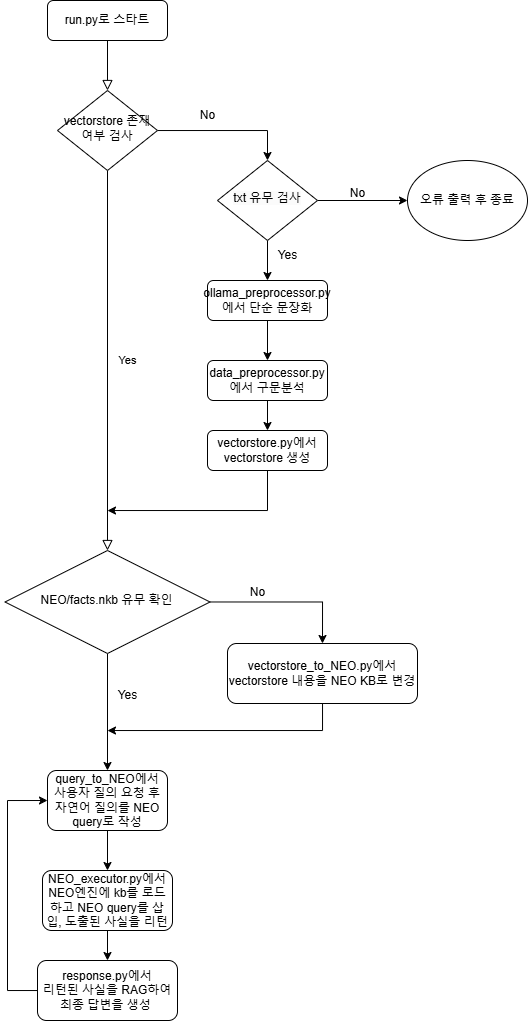
Before: flowchart/flowchart.drawio.png, a diagram exported from draw.io (NangManCatDev/KnowOrNot). Source tidied: cells renumbered, new cells last; positions are measured from the earlier drawing's top-left corner, leaving out a move shared by most shapes. Source of this version:
```xml
<mxGraphModel>
  <root>
    <mxCell id="0" />
    <mxCell id="1" parent="0" />
    <mxCell id="2" style="rounded=0;html=1;jettySize=auto;fontSize=11;endArrow=block;endFill=0;endSize=8;strokeWidth=1;shadow=0;labelBackgroundColor=none;edgeStyle=orthogonalEdgeStyle;" parent="1" edge="1" source="3" target="6">
      <mxGeometry relative="1" as="geometry" />
    </mxCell>
    <mxCell id="3" value="run.py로 스타트" style="rounded=1;whiteSpace=wrap;html=1;fontSize=12;glass=0;strokeWidth=1;shadow=0;" parent="1" vertex="1">
      <mxGeometry x="42" width="120" height="40" as="geometry" />
    </mxCell>
    <mxCell id="4" value="Yes" style="rounded=0;html=1;jettySize=auto;fontSize=11;endArrow=block;endFill=0;endSize=8;strokeWidth=1;shadow=0;labelBackgroundColor=none;edgeStyle=orthogonalEdgeStyle;" parent="1" edge="1" source="6" target="11">
      <mxGeometry y="20" relative="1" as="geometry" />
    </mxCell>
    <mxCell id="5" style="edgeStyle=orthogonalEdgeStyle;rounded=0;jettySize=auto;html=1;entryX=0.5;entryY=0;entryDx=0;entryDy=0;" parent="1" edge="1" source="6" target="15">
      <mxGeometry relative="1" as="geometry" />
    </mxCell>
    <mxCell id="6" value="vectorstore 존재 여부 검사" style="rhombus;whiteSpace=wrap;html=1;shadow=0;fontFamily=Helvetica;fontSize=12;align=center;strokeWidth=1;spacing=6;spacingTop=-4;" parent="1" vertex="1">
      <mxGeometry x="52" y="90" width="100" height="80" as="geometry" />
    </mxCell>
    <mxCell id="7" style="edgeStyle=orthogonalEdgeStyle;rounded=0;jettySize=auto;html=1;" parent="1" edge="1" source="8" target="19">
      <mxGeometry relative="1" as="geometry" />
    </mxCell>
    <mxCell id="8" value="ollama_preprocessor.py에서 단순 문장화" style="rounded=1;whiteSpace=wrap;html=1;fontSize=12;glass=0;strokeWidth=1;shadow=0;" parent="1" vertex="1">
      <mxGeometry x="202" y="280" width="120" height="40" as="geometry" />
    </mxCell>
    <mxCell id="9" style="edgeStyle=orthogonalEdgeStyle;rounded=0;jettySize=auto;html=1;" parent="1" edge="1" source="11" target="23">
      <mxGeometry relative="1" as="geometry" />
    </mxCell>
    <mxCell id="10" style="edgeStyle=orthogonalEdgeStyle;rounded=0;jettySize=auto;html=1;entryX=0.5;entryY=0;entryDx=0;entryDy=0;" parent="1" edge="1" source="11" target="30">
      <mxGeometry relative="1" as="geometry" />
    </mxCell>
    <mxCell id="11" value="NEO/facts.nkb 유무 확인" style="rhombus;whiteSpace=wrap;html=1;shadow=0;fontFamily=Helvetica;fontSize=12;align=center;strokeWidth=1;spacing=6;spacingTop=-4;" parent="1" vertex="1">
      <mxGeometry x="-0.5" y="550" width="205" height="103" as="geometry" />
    </mxCell>
    <mxCell id="12" style="edgeStyle=orthogonalEdgeStyle;rounded=0;jettySize=auto;html=1;exitX=1;exitY=0.5;exitDx=0;exitDy=0;" parent="1" edge="1" source="15" target="13">
      <mxGeometry relative="1" as="geometry" />
    </mxCell>
    <mxCell id="13" value="오류 출력 후 종료" style="ellipse;whiteSpace=wrap;html=1;" parent="1" vertex="1">
      <mxGeometry x="402" y="160" width="120" height="80" as="geometry" />
    </mxCell>
    <mxCell id="14" style="edgeStyle=orthogonalEdgeStyle;rounded=0;jettySize=auto;html=1;" parent="1" edge="1" source="15" target="8">
      <mxGeometry relative="1" as="geometry" />
    </mxCell>
    <mxCell id="15" value="&lt;span style=&quot;color: rgb(0, 0, 0); font-family: Helvetica; font-size: 12px; font-style: normal; font-variant-ligatures: normal; font-variant-caps: normal; font-weight: 400; letter-spacing: normal; orphans: 2; text-align: center; text-indent: 0px; text-transform: none; widows: 2; word-spacing: 0px; -webkit-text-stroke-width: 0px; white-space: normal; background-color: rgb(251, 251, 251); text-decoration-thickness: initial; text-decoration-style: initial; text-decoration-color: initial; display: inline !important; float: none;&quot;&gt;txt 유무 검사&lt;/span&gt;" style="rhombus;whiteSpace=wrap;html=1;shadow=0;fontFamily=Helvetica;fontSize=12;align=center;strokeWidth=1;spacing=6;spacingTop=-4;" parent="1" vertex="1">
      <mxGeometry x="212" y="160" width="100" height="80" as="geometry" />
    </mxCell>
    <mxCell id="16" value="No" style="text;html=1;align=center;verticalAlign=middle;strokeColor=none;fillColor=none;" parent="1" vertex="1">
      <mxGeometry x="332" y="178" width="40" height="30" as="geometry" />
    </mxCell>
    <mxCell id="17" value="Yes" style="text;html=1;align=center;verticalAlign=middle;strokeColor=none;fillColor=none;" parent="1" vertex="1">
      <mxGeometry x="262" y="240" width="40" height="30" as="geometry" />
    </mxCell>
    <mxCell id="18" style="edgeStyle=orthogonalEdgeStyle;rounded=0;jettySize=auto;html=1;" parent="1" edge="1" source="19" target="21">
      <mxGeometry relative="1" as="geometry" />
    </mxCell>
    <mxCell id="19" value="data_preprocessor.py에서 구문분석" style="rounded=1;whiteSpace=wrap;html=1;fontSize=12;glass=0;strokeWidth=1;shadow=0;" parent="1" vertex="1">
      <mxGeometry x="202" y="360" width="120" height="40" as="geometry" />
    </mxCell>
    <mxCell id="20" style="edgeStyle=orthogonalEdgeStyle;rounded=0;jettySize=auto;html=1;" parent="1" edge="1" source="21">
      <mxGeometry relative="1" as="geometry">
        <mxPoint x="102" y="510" as="targetPoint" />
        <Array as="points">
          <mxPoint x="262" y="510" />
          <mxPoint x="102" y="510" />
        </Array>
      </mxGeometry>
    </mxCell>
    <mxCell id="21" value="vectorstore.py에서 vectorstore 생성" style="rounded=1;whiteSpace=wrap;html=1;fontSize=12;glass=0;strokeWidth=1;shadow=0;" parent="1" vertex="1">
      <mxGeometry x="202" y="430" width="120" height="40" as="geometry" />
    </mxCell>
    <mxCell id="22" style="edgeStyle=orthogonalEdgeStyle;rounded=0;jettySize=auto;html=1;" parent="1" edge="1" source="23" target="25">
      <mxGeometry relative="1" as="geometry" />
    </mxCell>
    <mxCell id="23" value="query_to_NEO에서 사용자 질의 요청 후 자연어 질의를 NEO query로 작성" style="rounded=1;whiteSpace=wrap;html=1;" parent="1" vertex="1">
      <mxGeometry x="42" y="770" width="120" height="60" as="geometry" />
    </mxCell>
    <mxCell id="24" style="edgeStyle=orthogonalEdgeStyle;rounded=0;jettySize=auto;html=1;" parent="1" edge="1" source="25" target="27">
      <mxGeometry relative="1" as="geometry" />
    </mxCell>
    <mxCell id="25" value="NEO_executor.py에서&lt;div&gt;NEO엔진에 kb를 로드하고 NEO query를 삽입, 도출된 사실을 리턴&lt;/div&gt;" style="whiteSpace=wrap;html=1;rounded=1;" parent="1" vertex="1">
      <mxGeometry x="37" y="870" width="130" height="60" as="geometry" />
    </mxCell>
    <mxCell id="26" style="edgeStyle=orthogonalEdgeStyle;rounded=0;jettySize=auto;html=1;entryX=0;entryY=0.5;entryDx=0;entryDy=0;" parent="1" edge="1" source="27" target="23">
      <mxGeometry relative="1" as="geometry">
        <Array as="points">
          <mxPoint x="2" y="990" />
          <mxPoint x="2" y="800" />
        </Array>
      </mxGeometry>
    </mxCell>
    <mxCell id="27" value="response.py에서&lt;div&gt;리턴된 사실을 RAG하여&lt;/div&gt;&lt;div&gt;최종 답변을 생성&amp;nbsp;&lt;/div&gt;" style="whiteSpace=wrap;html=1;rounded=1;" parent="1" vertex="1">
      <mxGeometry x="32" y="960" width="140" height="60" as="geometry" />
    </mxCell>
    <mxCell id="28" value="No" style="text;html=1;align=center;verticalAlign=middle;strokeColor=none;fillColor=none;" parent="1" vertex="1">
      <mxGeometry x="182" y="100" width="40" height="30" as="geometry" />
    </mxCell>
    <mxCell id="29" style="edgeStyle=orthogonalEdgeStyle;rounded=0;jettySize=auto;html=1;" parent="1" edge="1" source="30">
      <mxGeometry relative="1" as="geometry">
        <mxPoint x="102" y="730" as="targetPoint" />
        <Array as="points">
          <mxPoint x="317" y="730" />
          <mxPoint x="102" y="730" />
        </Array>
      </mxGeometry>
    </mxCell>
    <mxCell id="30" value="vectorstore_to_NEO.py에서 vectorstore 내용을 NEO KB로 변경" style="rounded=1;whiteSpace=wrap;html=1;" parent="1" vertex="1">
      <mxGeometry x="222" y="643" width="190" height="60" as="geometry" />
    </mxCell>
    <mxCell id="31" value="Yes" style="text;html=1;align=center;verticalAlign=middle;strokeColor=none;fillColor=none;" parent="1" vertex="1">
      <mxGeometry x="102" y="680" width="40" height="30" as="geometry" />
    </mxCell>
    <mxCell id="32" value="No" style="text;html=1;align=center;verticalAlign=middle;strokeColor=none;fillColor=none;" parent="1" vertex="1">
      <mxGeometry x="232" y="576.5" width="40" height="30" as="geometry" />
    </mxCell>
  </root>
</mxGraphModel>
```
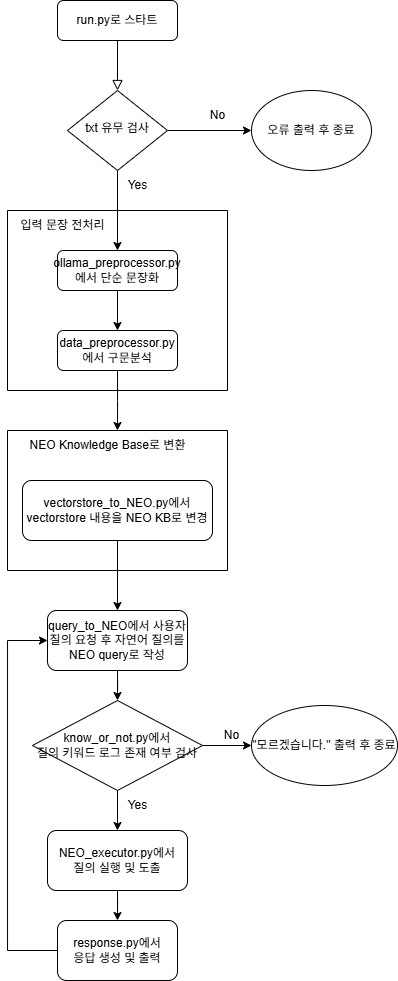
Above is the later version.

Diff of the diagram source:
```diff
@@ -2,115 +2,105 @@
   <root>
     <mxCell id="0" />
     <mxCell id="1" parent="0" />
-    <mxCell id="2" style="rounded=0;html=1;jettySize=auto;fontSize=11;endArrow=block;endFill=0;endSize=8;strokeWidth=1;shadow=0;labelBackgroundColor=none;edgeStyle=orthogonalEdgeStyle;" parent="1" edge="1" source="3" target="6">
+    <mxCell id="2" style="rounded=0;html=1;jettySize=auto;fontSize=11;endArrow=block;endFill=0;endSize=8;strokeWidth=1;shadow=0;labelBackgroundColor=none;edgeStyle=orthogonalEdgeStyle;entryX=0.5;entryY=0;entryDx=0;entryDy=0;" parent="1" edge="1" source="3" target="15">
       <mxGeometry relative="1" as="geometry" />
     </mxCell>
     <mxCell id="3" value="run.py로 스타트" style="rounded=1;whiteSpace=wrap;html=1;fontSize=12;glass=0;strokeWidth=1;shadow=0;" parent="1" vertex="1">
       <mxGeometry x="42" width="120" height="40" as="geometry" />
     </mxCell>
-    <mxCell id="4" value="Yes" style="rounded=0;html=1;jettySize=auto;fontSize=11;endArrow=block;endFill=0;endSize=8;strokeWidth=1;shadow=0;labelBackgroundColor=none;edgeStyle=orthogonalEdgeStyle;" parent="1" edge="1" source="6" target="11">
-      <mxGeometry y="20" relative="1" as="geometry" />
-    </mxCell>
-    <mxCell id="5" style="edgeStyle=orthogonalEdgeStyle;rounded=0;jettySize=auto;html=1;entryX=0.5;entryY=0;entryDx=0;entryDy=0;" parent="1" edge="1" source="6" target="15">
+    <mxCell id="5" style="edgeStyle=orthogonalEdgeStyle;rounded=0;jettySize=auto;html=1;exitX=1;exitY=0.5;exitDx=0;exitDy=0;entryX=0;entryY=0.5;entryDx=0;entryDy=0;" parent="1" edge="1" source="15" target="13">
       <mxGeometry relative="1" as="geometry" />
     </mxCell>
-    <mxCell id="6" value="vectorstore 존재 여부 검사" style="rhombus;whiteSpace=wrap;html=1;shadow=0;fontFamily=Helvetica;fontSize=12;align=center;strokeWidth=1;spacing=6;spacingTop=-4;" parent="1" vertex="1">
-      <mxGeometry x="52" y="90" width="100" height="80" as="geometry" />
-    </mxCell>
-    <mxCell id="7" style="edgeStyle=orthogonalEdgeStyle;rounded=0;jettySize=auto;html=1;" parent="1" edge="1" source="8" target="19">
-      <mxGeometry relative="1" as="geometry" />
-    </mxCell>
-    <mxCell id="8" value="ollama_preprocessor.py에서 단순 문장화" style="rounded=1;whiteSpace=wrap;html=1;fontSize=12;glass=0;strokeWidth=1;shadow=0;" parent="1" vertex="1">
-      <mxGeometry x="202" y="280" width="120" height="40" as="geometry" />
-    </mxCell>
-    <mxCell id="9" style="edgeStyle=orthogonalEdgeStyle;rounded=0;jettySize=auto;html=1;" parent="1" edge="1" source="11" target="23">
-      <mxGeometry relative="1" as="geometry" />
-    </mxCell>
-    <mxCell id="10" style="edgeStyle=orthogonalEdgeStyle;rounded=0;jettySize=auto;html=1;entryX=0.5;entryY=0;entryDx=0;entryDy=0;" parent="1" edge="1" source="11" target="30">
-      <mxGeometry relative="1" as="geometry" />
-    </mxCell>
-    <mxCell id="11" value="NEO/facts.nkb 유무 확인" style="rhombus;whiteSpace=wrap;html=1;shadow=0;fontFamily=Helvetica;fontSize=12;align=center;strokeWidth=1;spacing=6;spacingTop=-4;" parent="1" vertex="1">
-      <mxGeometry x="-0.5" y="550" width="205" height="103" as="geometry" />
-    </mxCell>
-    <mxCell id="12" style="edgeStyle=orthogonalEdgeStyle;rounded=0;jettySize=auto;html=1;exitX=1;exitY=0.5;exitDx=0;exitDy=0;" parent="1" edge="1" source="15" target="13">
-      <mxGeometry relative="1" as="geometry" />
-    </mxCell>
     <mxCell id="13" value="오류 출력 후 종료" style="ellipse;whiteSpace=wrap;html=1;" parent="1" vertex="1">
-      <mxGeometry x="402" y="160" width="120" height="80" as="geometry" />
+      <mxGeometry x="236" y="90" width="120" height="80" as="geometry" />
     </mxCell>
-    <mxCell id="14" style="edgeStyle=orthogonalEdgeStyle;rounded=0;jettySize=auto;html=1;" parent="1" edge="1" source="15" target="8">
+    <mxCell id="14" style="edgeStyle=orthogonalEdgeStyle;rounded=0;jettySize=auto;html=1;exitX=0.5;exitY=1;exitDx=0;exitDy=0;entryX=0.5;entryY=0;entryDx=0;entryDy=0;" parent="1" edge="1" source="15" target="8">
       <mxGeometry relative="1" as="geometry" />
     </mxCell>
     <mxCell id="15" value="&lt;span style=&quot;color: rgb(0, 0, 0); font-family: Helvetica; font-size: 12px; font-style: normal; font-variant-ligatures: normal; font-variant-caps: normal; font-weight: 400; letter-spacing: normal; orphans: 2; text-align: center; text-indent: 0px; text-transform: none; widows: 2; word-spacing: 0px; -webkit-text-stroke-width: 0px; white-space: normal; background-color: rgb(251, 251, 251); text-decoration-thickness: initial; text-decoration-style: initial; text-decoration-color: initial; display: inline !important; float: none;&quot;&gt;txt 유무 검사&lt;/span&gt;" style="rhombus;whiteSpace=wrap;html=1;shadow=0;fontFamily=Helvetica;fontSize=12;align=center;strokeWidth=1;spacing=6;spacingTop=-4;" parent="1" vertex="1">
-      <mxGeometry x="212" y="160" width="100" height="80" as="geometry" />
+      <mxGeometry x="52" y="90" width="100" height="80" as="geometry" />
     </mxCell>
-    <mxCell id="16" value="No" style="text;html=1;align=center;verticalAlign=middle;strokeColor=none;fillColor=none;" parent="1" vertex="1">
-      <mxGeometry x="332" y="178" width="40" height="30" as="geometry" />
-    </mxCell>
     <mxCell id="17" value="Yes" style="text;html=1;align=center;verticalAlign=middle;strokeColor=none;fillColor=none;" parent="1" vertex="1">
-      <mxGeometry x="262" y="240" width="40" height="30" as="geometry" />
+      <mxGeometry x="102" y="170" width="40" height="30" as="geometry" />
     </mxCell>
-    <mxCell id="18" style="edgeStyle=orthogonalEdgeStyle;rounded=0;jettySize=auto;html=1;" parent="1" edge="1" source="19" target="21">
-      <mxGeometry relative="1" as="geometry" />
+    <mxCell id="18" style="edgeStyle=orthogonalEdgeStyle;rounded=0;jettySize=auto;html=1;" parent="1" edge="1" source="19">
+      <mxGeometry relative="1" as="geometry">
+        <mxPoint x="102" y="430" as="targetPoint" />
+      </mxGeometry>
     </mxCell>
-    <mxCell id="19" value="data_preprocessor.py에서 구문분석" style="rounded=1;whiteSpace=wrap;html=1;fontSize=12;glass=0;strokeWidth=1;shadow=0;" parent="1" vertex="1">
-      <mxGeometry x="202" y="360" width="120" height="40" as="geometry" />
-    </mxCell>
-    <mxCell id="20" style="edgeStyle=orthogonalEdgeStyle;rounded=0;jettySize=auto;html=1;" parent="1" edge="1" source="21">
-      <mxGeometry relative="1" as="geometry">
-        <mxPoint x="102" y="510" as="targetPoint" />
-        <Array as="points">
-          <mxPoint x="262" y="510" />
-          <mxPoint x="102" y="510" />
-        </Array>
-      </mxGeometry>
-    </mxCell>
-    <mxCell id="21" value="vectorstore.py에서 vectorstore 생성" style="rounded=1;whiteSpace=wrap;html=1;fontSize=12;glass=0;strokeWidth=1;shadow=0;" parent="1" vertex="1">
-      <mxGeometry x="202" y="430" width="120" height="40" as="geometry" />
-    </mxCell>
-    <mxCell id="22" style="edgeStyle=orthogonalEdgeStyle;rounded=0;jettySize=auto;html=1;" parent="1" edge="1" source="23" target="25">
+    <mxCell id="22" style="edgeStyle=orthogonalEdgeStyle;rounded=0;jettySize=auto;html=1;entryX=0.5;entryY=0;entryDx=0;entryDy=0;" parent="1" edge="1" source="23" target="42">
       <mxGeometry relative="1" as="geometry" />
     </mxCell>
     <mxCell id="23" value="query_to_NEO에서 사용자 질의 요청 후 자연어 질의를 NEO query로 작성" style="rounded=1;whiteSpace=wrap;html=1;" parent="1" vertex="1">
-      <mxGeometry x="42" y="770" width="120" height="60" as="geometry" />
+      <mxGeometry x="32" y="610" width="140" height="60" as="geometry" />
     </mxCell>
-    <mxCell id="24" style="edgeStyle=orthogonalEdgeStyle;rounded=0;jettySize=auto;html=1;" parent="1" edge="1" source="25" target="27">
-      <mxGeometry relative="1" as="geometry" />
-    </mxCell>
-    <mxCell id="25" value="NEO_executor.py에서&lt;div&gt;NEO엔진에 kb를 로드하고 NEO query를 삽입, 도출된 사실을 리턴&lt;/div&gt;" style="whiteSpace=wrap;html=1;rounded=1;" parent="1" vertex="1">
-      <mxGeometry x="37" y="870" width="130" height="60" as="geometry" />
-    </mxCell>
-    <mxCell id="26" style="edgeStyle=orthogonalEdgeStyle;rounded=0;jettySize=auto;html=1;entryX=0;entryY=0.5;entryDx=0;entryDy=0;" parent="1" edge="1" source="27" target="23">
-      <mxGeometry relative="1" as="geometry">
-        <Array as="points">
-          <mxPoint x="2" y="990" />
-          <mxPoint x="2" y="800" />
-        </Array>
-      </mxGeometry>
-    </mxCell>
+    <mxCell id="33" style="edgeStyle=orthogonalEdgeStyle;rounded=0;jettySize=auto;html=1;entryX=0.5;entryY=0;entryDx=0;entryDy=0;" parent="1" edge="1" source="27" target="46">
+      <mxGeometry relative="1" as="geometry" />
+    </mxCell>
-    <mxCell id="27" value="response.py에서&lt;div&gt;리턴된 사실을 RAG하여&lt;/div&gt;&lt;div&gt;최종 답변을 생성&amp;nbsp;&lt;/div&gt;" style="whiteSpace=wrap;html=1;rounded=1;" parent="1" vertex="1">
-      <mxGeometry x="32" y="960" width="140" height="60" as="geometry" />
+    <mxCell id="27" value="NEO_executor.py에서&lt;div&gt;질의 실행 및 도출&lt;/div&gt;" style="whiteSpace=wrap;html=1;rounded=1;" parent="1" vertex="1">
+      <mxGeometry x="32" y="830" width="140" height="60" as="geometry" />
     </mxCell>
     <mxCell id="28" value="No" style="text;html=1;align=center;verticalAlign=middle;strokeColor=none;fillColor=none;" parent="1" vertex="1">
       <mxGeometry x="182" y="100" width="40" height="30" as="geometry" />
     </mxCell>
-    <mxCell id="29" style="edgeStyle=orthogonalEdgeStyle;rounded=0;jettySize=auto;html=1;" parent="1" edge="1" source="30">
-      <mxGeometry relative="1" as="geometry">
-        <mxPoint x="102" y="730" as="targetPoint" />
-        <Array as="points">
-          <mxPoint x="317" y="730" />
-          <mxPoint x="102" y="730" />
-        </Array>
-      </mxGeometry>
-    </mxCell>
+    <mxCell id="34" style="group;" parent="1" vertex="1">
+      <mxGeometry x="-8" y="210" width="220" height="180" as="geometry" />
+    </mxCell>
+    <mxCell id="7" style="edgeStyle=orthogonalEdgeStyle;rounded=0;jettySize=auto;html=1;" parent="34" edge="1" source="8" target="19">
+      <mxGeometry relative="1" as="geometry" />
+    </mxCell>
+    <mxCell id="19" value="data_preprocessor.py에서 구문분석" style="rounded=1;whiteSpace=wrap;html=1;fontSize=12;glass=0;strokeWidth=1;shadow=0;" parent="34" vertex="1">
+      <mxGeometry x="50" y="120" width="120" height="40" as="geometry" />
+    </mxCell>
+    <mxCell id="35" style="swimlane;startSize=0;" parent="34" vertex="1">
+      <mxGeometry width="220" height="180" as="geometry" />
+    </mxCell>
+    <mxCell id="36" value="입력 문장 전처리" style="text;html=1;align=center;verticalAlign=middle;strokeColor=none;fillColor=none;" parent="35" vertex="1">
+      <mxGeometry width="110" height="30" as="geometry" />
+    </mxCell>
+    <mxCell id="8" value="ollama_preprocessor.py에서 단순 문장화" style="rounded=1;whiteSpace=wrap;html=1;fontSize=12;glass=0;strokeWidth=1;shadow=0;" parent="35" vertex="1">
+      <mxGeometry x="50" y="40" width="120" height="40" as="geometry" />
+    </mxCell>
+    <mxCell id="37" style="swimlane;startSize=0;" parent="1" vertex="1">
+      <mxGeometry x="-8" y="430" width="220" height="140" as="geometry" />
+    </mxCell>
+    <mxCell id="38" value="NEO Knowledge Base로 변환" style="text;html=1;align=center;verticalAlign=middle;strokeColor=none;fillColor=none;" parent="37" vertex="1">
+      <mxGeometry x="10" width="180" height="30" as="geometry" />
+    </mxCell>
-    <mxCell id="30" value="vectorstore_to_NEO.py에서 vectorstore 내용을 NEO KB로 변경" style="rounded=1;whiteSpace=wrap;html=1;" parent="1" vertex="1">
-      <mxGeometry x="222" y="643" width="190" height="60" as="geometry" />
+    <mxCell id="30" value="vectorstore_to_NEO.py에서 vectorstore 내용을 NEO KB로 변경" style="rounded=1;whiteSpace=wrap;html=1;" parent="37" vertex="1">
+      <mxGeometry x="15" y="50" width="190" height="60" as="geometry" />
     </mxCell>
+    <mxCell id="39" style="edgeStyle=orthogonalEdgeStyle;rounded=0;jettySize=auto;html=1;entryX=0.5;entryY=0;entryDx=0;entryDy=0;" parent="1" edge="1" source="30" target="23">
+      <mxGeometry relative="1" as="geometry" />
+    </mxCell>
+    <mxCell id="40" style="edgeStyle=orthogonalEdgeStyle;rounded=0;jettySize=auto;html=1;entryX=0.5;entryY=0;entryDx=0;entryDy=0;" parent="1" edge="1" source="42" target="27">
+      <mxGeometry relative="1" as="geometry" />
+    </mxCell>
+    <mxCell id="41" style="edgeStyle=orthogonalEdgeStyle;rounded=0;jettySize=auto;html=1;entryX=0;entryY=0.5;entryDx=0;entryDy=0;" parent="1" edge="1" source="42" target="44">
+      <mxGeometry relative="1" as="geometry" />
+    </mxCell>
+    <mxCell id="42" value="know_or_not.py에서&lt;div&gt;질의 키워드 로그 존재 여부 검사&lt;/div&gt;" style="rhombus;whiteSpace=wrap;html=1;" parent="1" vertex="1">
+      <mxGeometry x="17" y="700" width="170" height="90" as="geometry" />
+    </mxCell>
     <mxCell id="31" value="Yes" style="text;html=1;align=center;verticalAlign=middle;strokeColor=none;fillColor=none;" parent="1" vertex="1">
-      <mxGeometry x="102" y="680" width="40" height="30" as="geometry" />
+      <mxGeometry x="102" y="790" width="40" height="30" as="geometry" />
     </mxCell>
-    <mxCell id="32" value="No" style="text;html=1;align=center;verticalAlign=middle;strokeColor=none;fillColor=none;" parent="1" vertex="1">
-      <mxGeometry x="232" y="576.5" width="40" height="30" as="geometry" />
-    </mxCell>
+    <mxCell id="43" value="No" style="text;html=1;align=center;verticalAlign=middle;strokeColor=none;fillColor=none;" parent="1" vertex="1">
+      <mxGeometry x="196" y="720" width="40" height="30" as="geometry" />
+    </mxCell>
+    <mxCell id="44" value="&quot;모르겠습니다.&quot; 출력 후 종료" style="ellipse;whiteSpace=wrap;html=1;" parent="1" vertex="1">
+      <mxGeometry x="236" y="705" width="146" height="80" as="geometry" />
+    </mxCell>
+    <mxCell id="45" style="edgeStyle=orthogonalEdgeStyle;rounded=0;jettySize=auto;html=1;entryX=0;entryY=0.5;entryDx=0;entryDy=0;" parent="1" edge="1" source="46" target="23">
+      <mxGeometry relative="1" as="geometry">
+        <Array as="points">
+          <mxPoint x="-8" y="950" />
+          <mxPoint x="-8" y="640" />
+        </Array>
+      </mxGeometry>
+    </mxCell>
+    <mxCell id="46" value="response.py에서&lt;div&gt;응답 생성 및 출력&lt;/div&gt;" style="rounded=1;whiteSpace=wrap;html=1;" parent="1" vertex="1">
+      <mxGeometry x="42" y="920" width="120" height="60" as="geometry" />
+    </mxCell>
   </root>
 </mxGraphModel>
```
